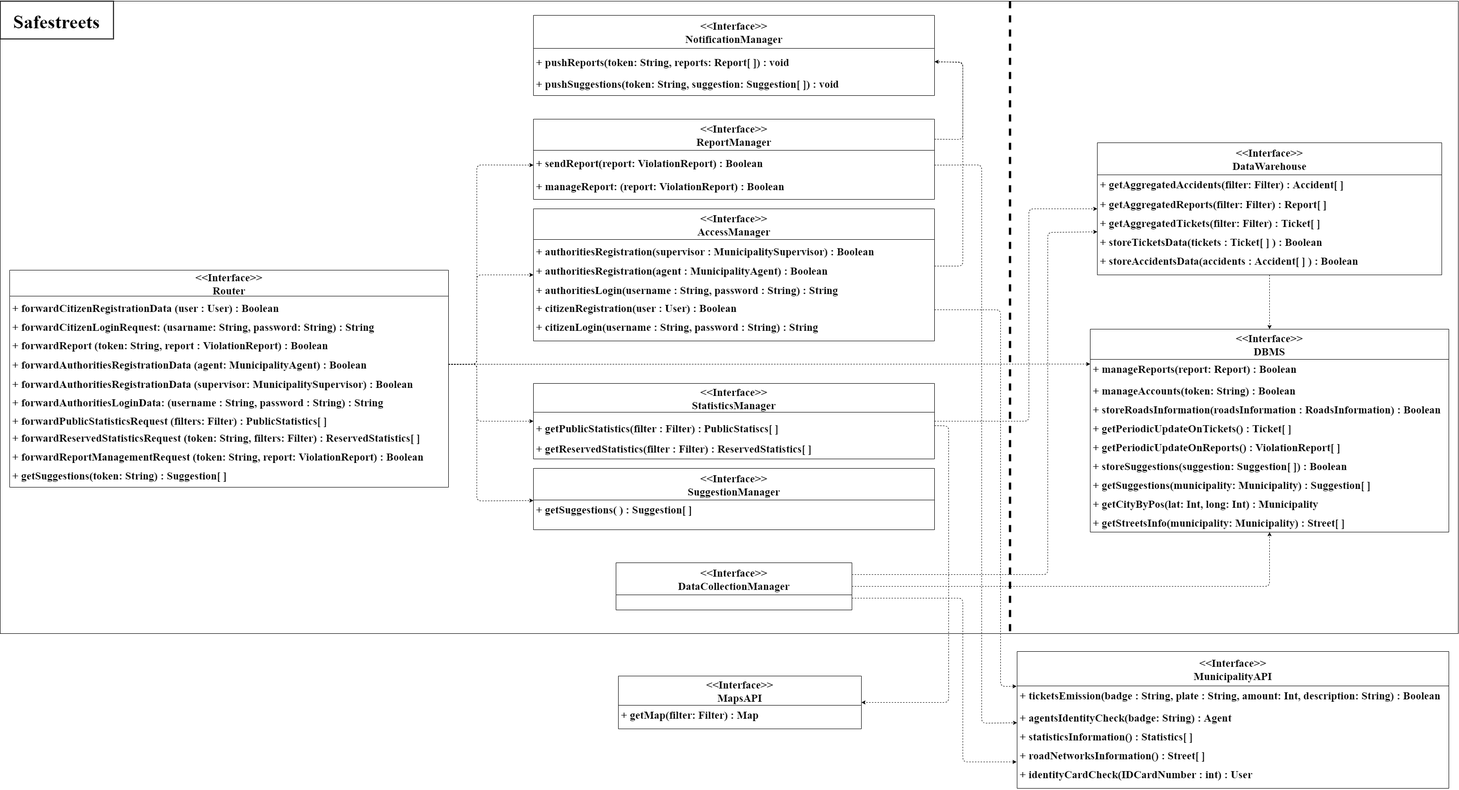
Earlier version of the draw.io export DD/img/Component_Interfaces_Diagram.png (SimoneSartoni/SoftwareEngineering2). Source tidied: cells renumbered, new cells last; positions are measured from the earlier drawing's top-left corner, leaving out a move shared by most shapes.
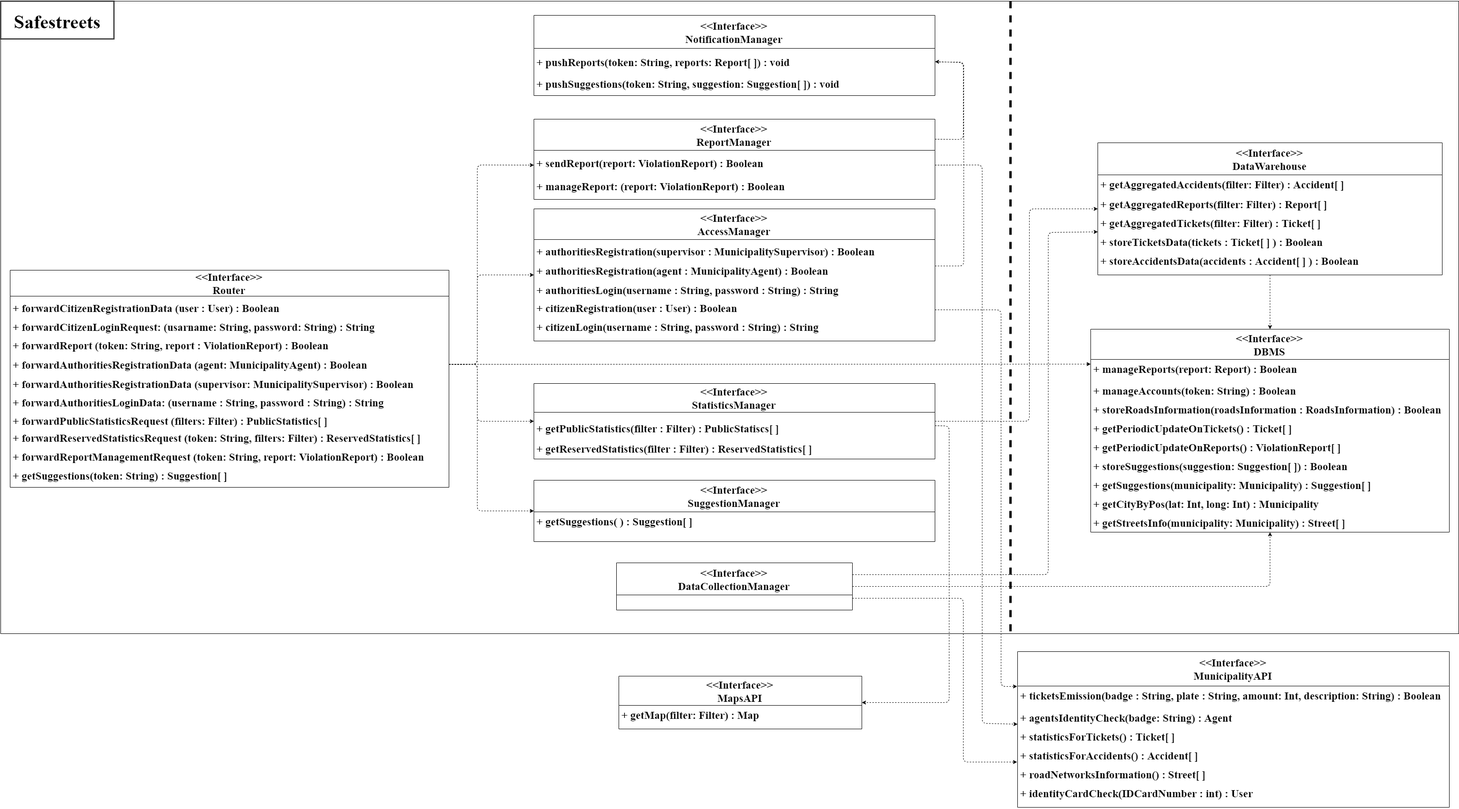
After the change.

What changed in the source:
```diff
@@ -96,7 +96,7 @@
       <mxGeometry y="60" width="930" height="40" as="geometry" />
     </mxCell>
     <mxCell id="33" style="group;fontSize=23;fontFamily=Times New Roman;fontStyle=1;" parent="1" vertex="1">
-      <mxGeometry x="1130" y="990" width="850" height="130" as="geometry" />
+      <mxGeometry x="1130" y="1015" width="850" height="130" as="geometry" />
     </mxCell>
     <mxCell id="34" value="&lt;&lt;Interface&gt;&gt;&#10;SuggestionManager" style="swimlane;fontStyle=1;horizontal=1;startSize=67;fillColor=none;fontSize=23;fontFamily=Times New Roman;" parent="33" vertex="1">
       <mxGeometry width="850" height="130" as="geometry" />
@@ -192,7 +192,7 @@
       <mxGeometry relative="1" as="geometry">
         <Array as="points">
           <mxPoint x="1010" y="769" />
-          <mxPoint x="1010" y="1059" />
+          <mxPoint x="1010" y="1080" />
         </Array>
       </mxGeometry>
     </mxCell>
@@ -223,7 +223,7 @@
       <mxGeometry relative="1" as="geometry" />
     </mxCell>
     <mxCell id="62" value="&lt;&lt;Interface&gt;&gt;&#10;MunicipalityAPI" style="swimlane;fontStyle=1;horizontal=1;startSize=73;fillColor=none;fontSize=23;fontFamily=Times New Roman;" parent="1" vertex="1">
-      <mxGeometry x="2155" y="1378" width="915" height="290" as="geometry" />
+      <mxGeometry x="2155" y="1378" width="915" height="330" as="geometry" />
     </mxCell>
     <mxCell id="63" value="+ ticketsEmission(badge : String, plate : String, amount: Int, description: String) : Boolean" style="text;strokeColor=none;fillColor=none;align=left;verticalAlign=top;spacingLeft=4;spacingRight=4;overflow=hidden;points=[[0,0.5],[1,0.5]];portConstraint=eastwest;fontSize=23;fontFamily=Times New Roman;fontStyle=1;" parent="62" vertex="1">
       <mxGeometry y="73" width="915" height="47" as="geometry" />
@@ -231,14 +231,17 @@
     <mxCell id="64" value="+ agentsIdentityCheck(badge: String) : Agent" style="text;strokeColor=none;fillColor=none;align=left;verticalAlign=top;spacingLeft=4;spacingRight=4;overflow=hidden;fontSize=23;fontFamily=Times New Roman;fontStyle=1;" parent="62" vertex="1">
       <mxGeometry y="120" width="915" height="40" as="geometry" />
     </mxCell>
-    <mxCell id="65" value="+ statisticsInformation() : Statistics[ ]" style="text;strokeColor=none;fillColor=none;align=left;verticalAlign=top;spacingLeft=4;spacingRight=4;overflow=hidden;fontSize=23;fontFamily=Times New Roman;fontStyle=1;" parent="62" vertex="1">
+    <mxCell id="65" value="+ statisticsForTickets() : Ticket[ ]" style="text;strokeColor=none;fillColor=none;align=left;verticalAlign=top;spacingLeft=4;spacingRight=4;overflow=hidden;fontSize=23;fontFamily=Times New Roman;fontStyle=1;" parent="62" vertex="1">
       <mxGeometry y="160" width="915" height="40" as="geometry" />
     </mxCell>
+    <mxCell id="81" value="+ statisticsForAccidents() : Accident[ ]" style="text;strokeColor=none;fillColor=none;align=left;verticalAlign=top;spacingLeft=4;spacingRight=4;overflow=hidden;fontSize=23;fontFamily=Times New Roman;fontStyle=1;" parent="62" vertex="1">
+      <mxGeometry y="200" width="915" height="40" as="geometry" />
+    </mxCell>
     <mxCell id="66" value="+ roadNetworksInformation() : Street[ ]" style="text;strokeColor=none;fillColor=none;align=left;verticalAlign=top;spacingLeft=4;spacingRight=4;overflow=hidden;fontSize=23;fontFamily=Times New Roman;fontStyle=1;" parent="62" vertex="1">
-      <mxGeometry y="200" width="915" height="40" as="geometry" />
+      <mxGeometry y="240" width="915" height="40" as="geometry" />
     </mxCell>
     <mxCell id="67" value="+ identityCardCheck(IDCardNumber : int) : User" style="text;strokeColor=none;fillColor=none;align=left;verticalAlign=top;spacingLeft=4;spacingRight=4;overflow=hidden;fontSize=23;fontFamily=Times New Roman;fontStyle=1;" parent="62" vertex="1">
-      <mxGeometry y="240" width="915" height="50" as="geometry" />
+      <mxGeometry y="280" width="915" height="50" as="geometry" />
     </mxCell>
     <mxCell id="68" style="endArrow=classic;html=1;strokeColor=#000000;dashed=1;fontSize=23;fontFamily=Times New Roman;fontStyle=1;exitX=1;exitY=0.75;exitDx=0;exitDy=0;" parent="1" edge="1" source="13">
       <mxGeometry relative="1" as="geometry">
```
